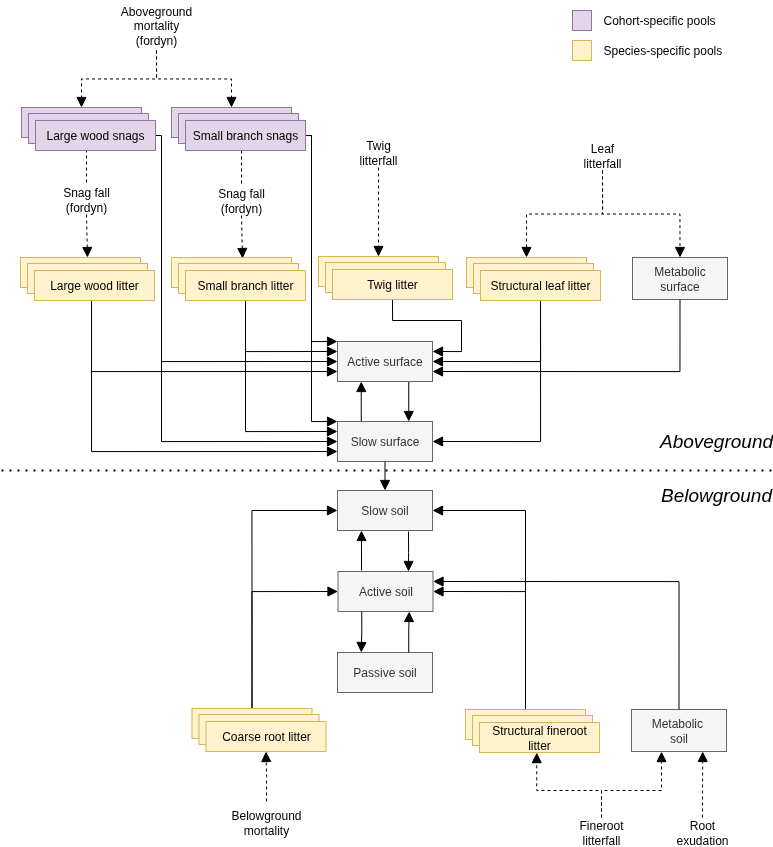
This is docs/figures/Decomposition.drawio.png from emf-creaf/medfatebook, a draw.io export, as it was before one commit. Source tidied: cells renumbered, new cells last; positions are measured from the earlier drawing's top-left corner, leaving out a move shared by most shapes.
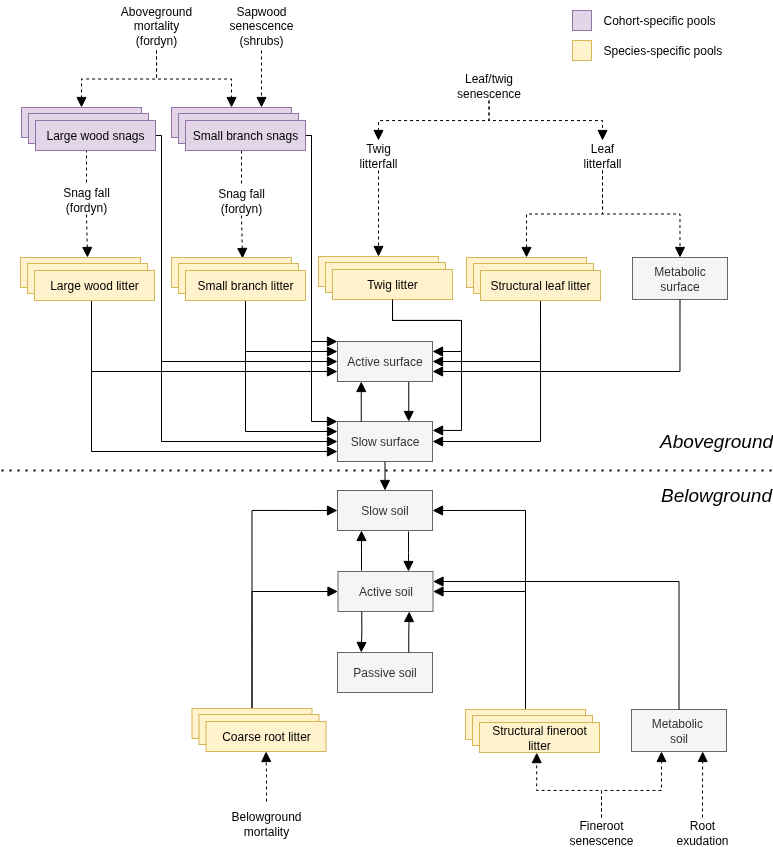
Later version of the same file.

Diff of the diagram source:
```diff
@@ -45,7 +45,7 @@
       <mxGeometry x="0.32" y="2" relative="1" as="geometry" />
     </mxCell>
     <mxCell id="14" value="Twig litterfall" style="text;html=1;align=center;verticalAlign=middle;whiteSpace=wrap;rounded=0;" parent="1" vertex="1">
-      <mxGeometry x="347" y="137" width="60" height="30" as="geometry" />
+      <mxGeometry x="347" y="140" width="60" height="30" as="geometry" />
     </mxCell>
     <mxCell id="15" style="rounded=0;html=1;jettySize=auto;fontSize=11;endArrow=block;endFill=1;endSize=8;strokeWidth=1;shadow=0;labelBackgroundColor=none;exitX=0.5;exitY=1;exitDx=0;exitDy=0;edgeStyle=orthogonalEdgeStyle;entryX=0;entryY=0.25;entryDx=0;entryDy=0;" parent="1" edge="1" source="78" target="8">
       <mxGeometry x="0.32" y="2" relative="1" as="geometry">
@@ -157,7 +157,7 @@
     <mxCell id="35" style="edgeStyle=orthogonalEdgeStyle;rounded=0;jettySize=auto;html=1;endArrow=block;endFill=1;exitX=0.5;exitY=1;exitDx=0;exitDy=0;entryX=0.5;entryY=0;entryDx=0;entryDy=0;endSize=8;" parent="1" edge="1" source="9" target="33">
       <mxGeometry relative="1" as="geometry" />
     </mxCell>
-    <mxCell id="36" value="Fineroot litterfall" style="text;html=1;align=center;verticalAlign=middle;whiteSpace=wrap;rounded=0;" parent="1" vertex="1">
+    <mxCell id="36" value="Fineroot senescence" style="text;html=1;align=center;verticalAlign=middle;whiteSpace=wrap;rounded=0;" parent="1" vertex="1">
       <mxGeometry x="570" y="817" width="60" height="30" as="geometry" />
     </mxCell>
     <mxCell id="37" value="Metabolic&amp;nbsp;&lt;div&gt;soil&lt;/div&gt;" style="rounded=0;whiteSpace=wrap;html=1;fillColor=#f5f5f5;fontColor=#333333;strokeColor=#666666;" parent="1" vertex="1">
@@ -329,5 +329,29 @@
     <mxCell id="84" value="Structural leaf litter" style="rounded=0;whiteSpace=wrap;html=1;fillColor=#fff2cc;strokeColor=#d6b656;" parent="1" vertex="1">
       <mxGeometry x="479" y="270" width="120" height="30" as="geometry" />
     </mxCell>
+    <mxCell id="85" style="rounded=0;html=1;jettySize=auto;fontSize=11;endArrow=block;endFill=1;endSize=8;strokeWidth=1;shadow=0;labelBackgroundColor=none;exitX=0.5;exitY=1;exitDx=0;exitDy=0;entryX=1;entryY=0.25;entryDx=0;entryDy=0;edgeStyle=orthogonalEdgeStyle;" parent="1" edge="1" source="81" target="9">
+      <mxGeometry x="0.32" y="2" relative="1" as="geometry">
+        <Array as="points">
+          <mxPoint x="391" y="320" />
+          <mxPoint x="460" y="320" />
+          <mxPoint x="460" y="430" />
+        </Array>
+      </mxGeometry>
+    </mxCell>
+    <mxCell id="86" value="Sapwood senescence&lt;br&gt;&lt;div&gt;(shrubs)&lt;/div&gt;" style="text;html=1;align=center;verticalAlign=middle;whiteSpace=wrap;rounded=0;" parent="1" vertex="1">
+      <mxGeometry x="215" width="90" height="50" as="geometry" />
+    </mxCell>
+    <mxCell id="87" style="rounded=0;html=1;jettySize=auto;fontSize=11;endArrow=block;endFill=1;endSize=8;strokeWidth=1;shadow=0;labelBackgroundColor=none;exitX=0.5;exitY=1;exitDx=0;exitDy=0;entryX=0.75;entryY=0;entryDx=0;entryDy=0;edgeStyle=orthogonalEdgeStyle;dashed=1;" parent="1" edge="1" source="86" target="66">
+      <mxGeometry x="0.32" y="2" relative="1" as="geometry" />
+    </mxCell>
+    <mxCell id="88" value="Leaf/twig senescence" style="text;html=1;align=center;verticalAlign=middle;whiteSpace=wrap;rounded=0;" parent="1" vertex="1">
+      <mxGeometry x="448" y="70" width="79" height="30" as="geometry" />
+    </mxCell>
+    <mxCell id="89" style="rounded=0;html=1;jettySize=auto;fontSize=11;endArrow=block;endFill=1;endSize=8;strokeWidth=1;shadow=0;labelBackgroundColor=none;exitX=0.5;exitY=1;exitDx=0;exitDy=0;edgeStyle=orthogonalEdgeStyle;dashed=1;" parent="1" edge="1" source="88" target="4">
+      <mxGeometry x="0.32" y="2" relative="1" as="geometry" />
+    </mxCell>
+    <mxCell id="90" style="rounded=0;html=1;jettySize=auto;fontSize=11;endArrow=block;endFill=1;endSize=8;strokeWidth=1;shadow=0;labelBackgroundColor=none;exitX=0.5;exitY=1;exitDx=0;exitDy=0;edgeStyle=orthogonalEdgeStyle;dashed=1;entryX=0.5;entryY=0;entryDx=0;entryDy=0;" parent="1" edge="1" source="88" target="14">
+      <mxGeometry x="0.32" y="2" relative="1" as="geometry" />
+    </mxCell>
   </root>
 </mxGraphModel>
```
